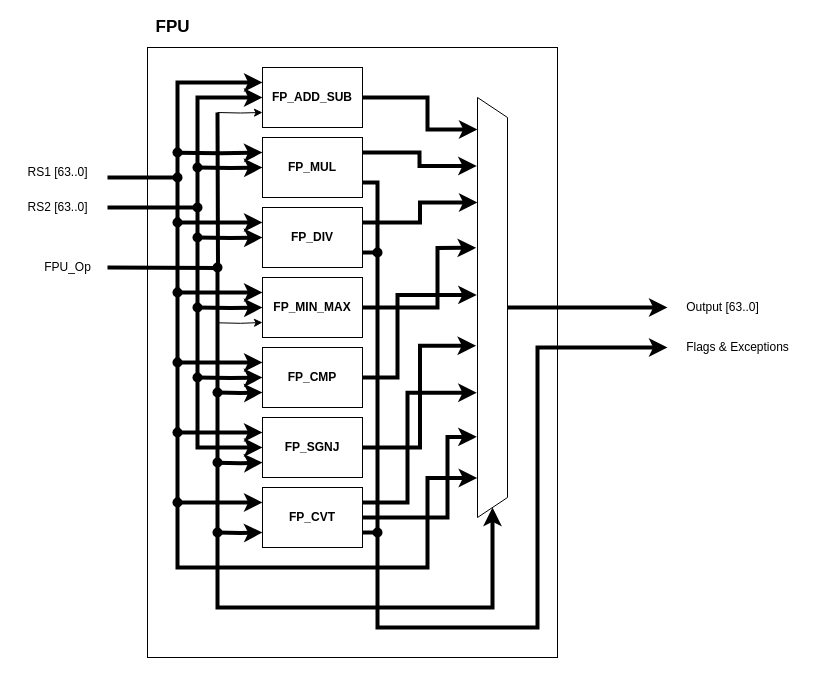
Before: page "FPU" (10 of 18) of Diagrams/RV64IF.drawio in hohaicongthuan/Project-2, a draw.io diagram. Source tidied: cells renumbered, new cells numbered last; positions are measured from the earlier drawing's top-left corner, leaving out a move shared by most shapes. Both pictures are drawn from the tidied source at 100%, with x=0, y=0 at pixel (17, 17).
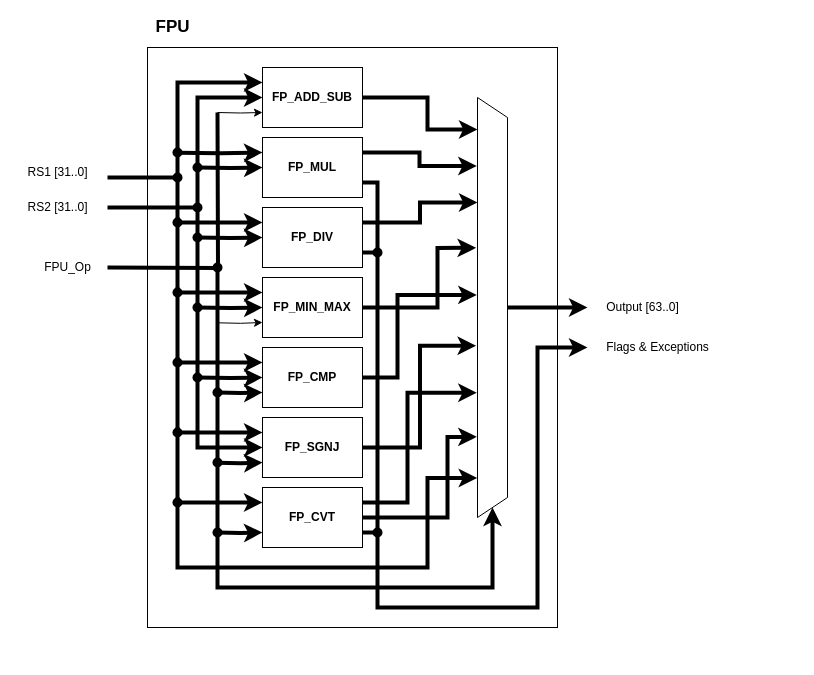
The same diagram, later.

Commit message (it also covers changes not shown here):
Fix a small error in FPU diagram

The change refers to these unchanged cells:
```xml
<mxCell id="15" value="&lt;b&gt;FP_MUL&lt;/b&gt;" style="rounded=0;whiteSpace=wrap;html=1;fillColor=#FFFFFF;" parent="1" vertex="1">
  <mxGeometry x="245" y="120" width="100" height="60" as="geometry" />
</mxCell>
<mxCell id="57" style="shape=trapezoid;perimeter=trapezoidPerimeter;whiteSpace=wrap;html=1;fixedSize=1;fillColor=#FFFFFF;direction=south;" parent="1" vertex="1">
  <mxGeometry x="460" y="80" width="30" height="420" as="geometry" />
</mxCell>
```

Diff of the diagram source:
```diff
@@
     <mxCell id="2" style="rounded=0;whiteSpace=wrap;html=1;" parent="1" vertex="1">
-      <mxGeometry x="130" y="30" width="410" height="610" as="geometry" />
+      <mxGeometry x="130" y="30" width="410" height="580" as="geometry" />
     </mxCell>
-    <mxCell id="3" value="RS1 [63..0]" style="text;html=1;align=center;verticalAlign=middle;strokeColor=none;fillColor=none;" parent="1" vertex="1">
+    <mxCell id="3" value="RS1 [31..0]" style="text;html=1;align=center;verticalAlign=middle;strokeColor=none;fillColor=none;" parent="1" vertex="1">
       <mxGeometry y="145" width="80" height="20" as="geometry" />
     </mxCell>
@@
-    <mxCell id="5" value="RS2 [63..0]" style="text;html=1;align=center;verticalAlign=middle;strokeColor=none;fillColor=none;" parent="1" vertex="1">
+    <mxCell id="5" value="RS2 [31..0]" style="text;html=1;align=center;verticalAlign=middle;strokeColor=none;fillColor=none;" parent="1" vertex="1">
       <mxGeometry y="180" width="80" height="20" as="geometry" />
     </mxCell>
@@
     <mxCell id="13" style="edgeStyle=orthogonalEdgeStyle;rounded=0;jettySize=auto;html=1;exitX=1;exitY=0.75;exitDx=0;exitDy=0;endArrow=classic;endFill=1;strokeWidth=4;" parent="1" edge="1" source="15">
       <mxGeometry relative="1" as="geometry">
-        <mxPoint x="650" y="330" as="targetPoint" />
+        <mxPoint x="570" y="330" as="targetPoint" />
         <Array as="points">
           <mxPoint x="360" y="165" />
-          <mxPoint x="360" y="610" />
-          <mxPoint x="520" y="610" />
+          <mxPoint x="360" y="590" />
+          <mxPoint x="520" y="590" />
           <mxPoint x="520" y="330" />
         </Array>
       </mxGeometry>
     </mxCell>
@@
     <mxCell id="55" style="edgeStyle=orthogonalEdgeStyle;rounded=0;jettySize=auto;html=1;exitX=0.5;exitY=0;exitDx=0;exitDy=0;endArrow=classic;endFill=1;strokeWidth=4;" parent="1" edge="1" source="57">
       <mxGeometry relative="1" as="geometry">
-        <mxPoint x="650" y="290" as="targetPoint" />
+        <mxPoint x="570" y="290" as="targetPoint" />
       </mxGeometry>
     </mxCell>
     <mxCell id="56" style="edgeStyle=orthogonalEdgeStyle;rounded=0;jettySize=auto;html=1;endArrow=classic;endFill=1;strokeWidth=4;entryX=1;entryY=0.5;entryDx=0;entryDy=0;" parent="1" edge="1" target="57">
       <mxGeometry relative="1" as="geometry">
         <mxPoint x="200" y="250" as="sourcePoint" />
         <Array as="points">
-          <mxPoint x="200" y="590" />
-          <mxPoint x="475" y="590" />
+          <mxPoint x="200" y="570" />
+          <mxPoint x="475" y="570" />
         </Array>
       </mxGeometry>
     </mxCell>
@@
     <mxCell id="63" value="Output [63..0]" style="text;html=1;align=center;verticalAlign=middle;strokeColor=none;fillColor=none;" parent="1" vertex="1">
-      <mxGeometry x="660" y="280" width="90" height="20" as="geometry" />
+      <mxGeometry x="580" y="280" width="90" height="20" as="geometry" />
     </mxCell>
     <mxCell id="64" value="Flags &amp;amp; Exceptions" style="text;html=1;align=center;verticalAlign=middle;strokeColor=none;fillColor=none;" parent="1" vertex="1">
-      <mxGeometry x="660" y="320" width="120" height="20" as="geometry" />
+      <mxGeometry x="580" y="320" width="120" height="20" as="geometry" />
     </mxCell>
```
